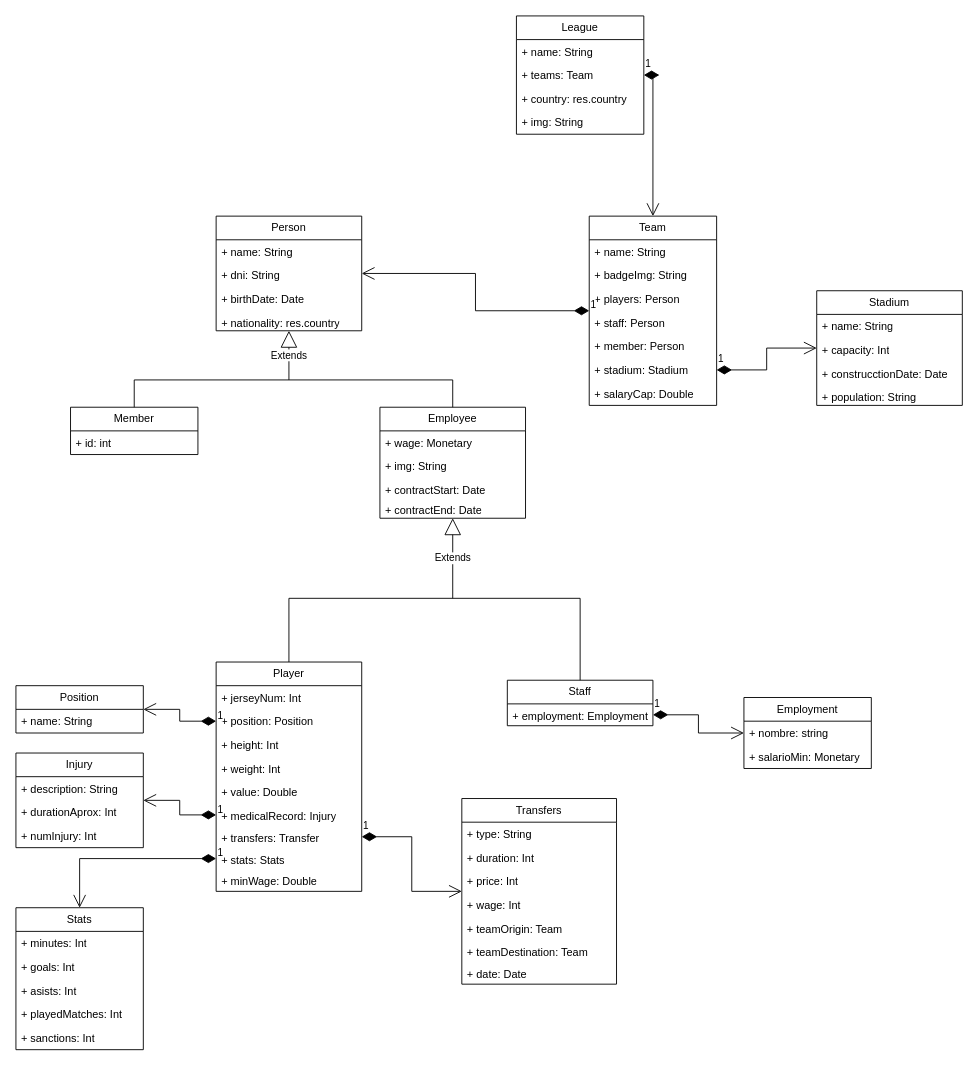
This is UML/UML-League-en.drawio from Arrcturus/laliga-odoo, a draw.io file, before an edit. Source tidied: cells renumbered, new cells numbered last; positions are measured from the earlier drawing's top-left corner, leaving out a move shared by most shapes. Both pictures are drawn from the tidied source at 91%, with x=0, y=0 at pixel (15, 15).
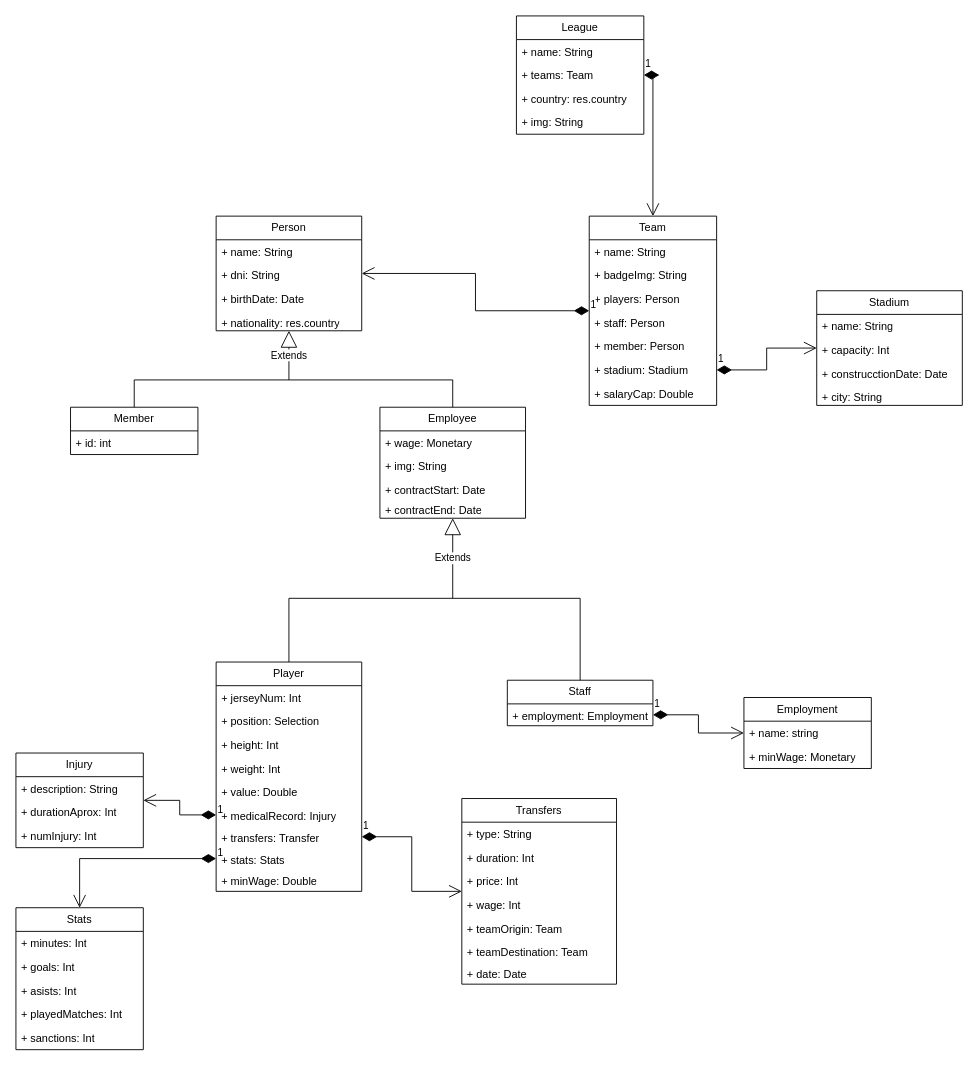
Above is the later version.

The change refers to these unchanged cells:
```xml
<mxCell id="18" value="Employment" style="swimlane;fontStyle=0;horizontal=1;startSize=26;fillColor=none;whiteSpace=wrap;html=1;" parent="1" vertex="1">
  <mxGeometry x="800" y="749" width="140" height="78" as="geometry" />
</mxCell>
<mxCell id="22" value="Player" style="swimlane;fontStyle=0;horizontal=1;startSize=26;fillColor=none;whiteSpace=wrap;html=1;" parent="1" vertex="1">
  <mxGeometry x="220" y="710" width="160" height="252" as="geometry" />
</mxCell>
<mxCell id="61" value="Stadium" style="swimlane;fontStyle=0;horizontal=1;startSize=26;fillColor=none;whiteSpace=wrap;html=1;" parent="1" vertex="1">
  <mxGeometry x="880" y="302" width="160" height="126" as="geometry" />
</mxCell>
```

The edit, as a diff of the source:
```diff
@@
-    <mxCell id="19" value="+ nombre: string" style="text;strokeColor=none;fillColor=none;align=left;verticalAlign=top;spacingLeft=4;spacingRight=4;overflow=hidden;whiteSpace=wrap;html=1;" parent="18" vertex="1">
+    <mxCell id="19" value="+ name: string" style="text;strokeColor=none;fillColor=none;align=left;verticalAlign=top;spacingLeft=4;spacingRight=4;overflow=hidden;whiteSpace=wrap;html=1;" parent="18" vertex="1">
       <mxGeometry y="26" width="140" height="26" as="geometry" />
     </mxCell>
-    <mxCell id="20" value="+ salarioMin: Monetary" style="text;strokeColor=none;fillColor=none;align=left;verticalAlign=top;spacingLeft=4;spacingRight=4;overflow=hidden;whiteSpace=wrap;html=1;" parent="18" vertex="1">
+    <mxCell id="20" value="+ minWage: Monetary" style="text;strokeColor=none;fillColor=none;align=left;verticalAlign=top;spacingLeft=4;spacingRight=4;overflow=hidden;whiteSpace=wrap;html=1;" parent="18" vertex="1">
       <mxGeometry y="52" width="140" height="26" as="geometry" />
     </mxCell>
@@
-    <mxCell id="24" value="+ position: Position" style="text;strokeColor=none;fillColor=none;align=left;verticalAlign=top;spacingLeft=4;spacingRight=4;overflow=hidden;points=[[0,0.5],[1,0.5]];portConstraint=eastwest;whiteSpace=wrap;html=1;" parent="22" vertex="1">
+    <mxCell id="24" value="+ position: Selection" style="text;strokeColor=none;fillColor=none;align=left;verticalAlign=top;spacingLeft=4;spacingRight=4;overflow=hidden;points=[[0,0.5],[1,0.5]];portConstraint=eastwest;whiteSpace=wrap;html=1;" parent="22" vertex="1">
       <mxGeometry y="52" width="160" height="26" as="geometry" />
     </mxCell>
@@
-    <mxCell id="37" value="Position" style="swimlane;fontStyle=0;horizontal=1;startSize=26;fillColor=none;whiteSpace=wrap;html=1;" parent="1" vertex="1">
-      <mxGeometry y="736" width="140" height="52" as="geometry" />
-    </mxCell>
-    <mxCell id="38" value="+ name: String" style="text;strokeColor=none;fillColor=none;align=left;verticalAlign=top;spacingLeft=4;spacingRight=4;overflow=hidden;whiteSpace=wrap;html=1;" parent="37" vertex="1">
-      <mxGeometry y="26" width="140" height="26" as="geometry" />
-    </mxCell>
-    <mxCell id="39" value="1" style="endArrow=open;html=1;endSize=12;startArrow=diamondThin;startSize=14;startFill=1;edgeStyle=orthogonalEdgeStyle;align=left;verticalAlign=bottom;rounded=0;" parent="1" edge="1" source="24" target="37">
-      <mxGeometry x="-1" y="3" relative="1" as="geometry" />
-    </mxCell>
@@
-    <mxCell id="65" value="+ population: String" style="text;strokeColor=none;fillColor=none;align=left;verticalAlign=top;spacingLeft=4;spacingRight=4;overflow=hidden;whiteSpace=wrap;html=1;" parent="61" vertex="1">
+    <mxCell id="65" value="+ city: String" style="text;strokeColor=none;fillColor=none;align=left;verticalAlign=top;spacingLeft=4;spacingRight=4;overflow=hidden;whiteSpace=wrap;html=1;" parent="61" vertex="1">
       <mxGeometry y="104" width="160" height="22" as="geometry" />
     </mxCell>
```
